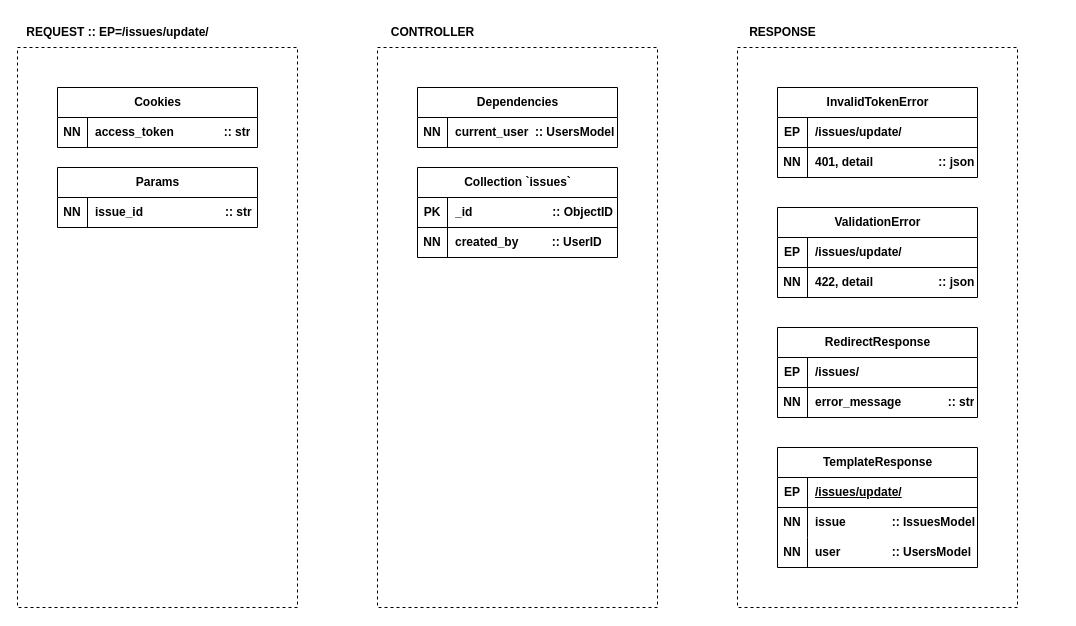
Earlier version of the draw.io diagram page "/issues/update/get" (3 of 4) of contributors/__docs/Diagram.drawio (ames0k0/Ticket). Source tidied: cells renumbered, new cells numbered last; positions are measured from the earlier drawing's top-left corner, leaving out a move shared by most shapes. Both pictures are drawn from the tidied source at 100%, with x=0, y=0 at pixel (17, 17).
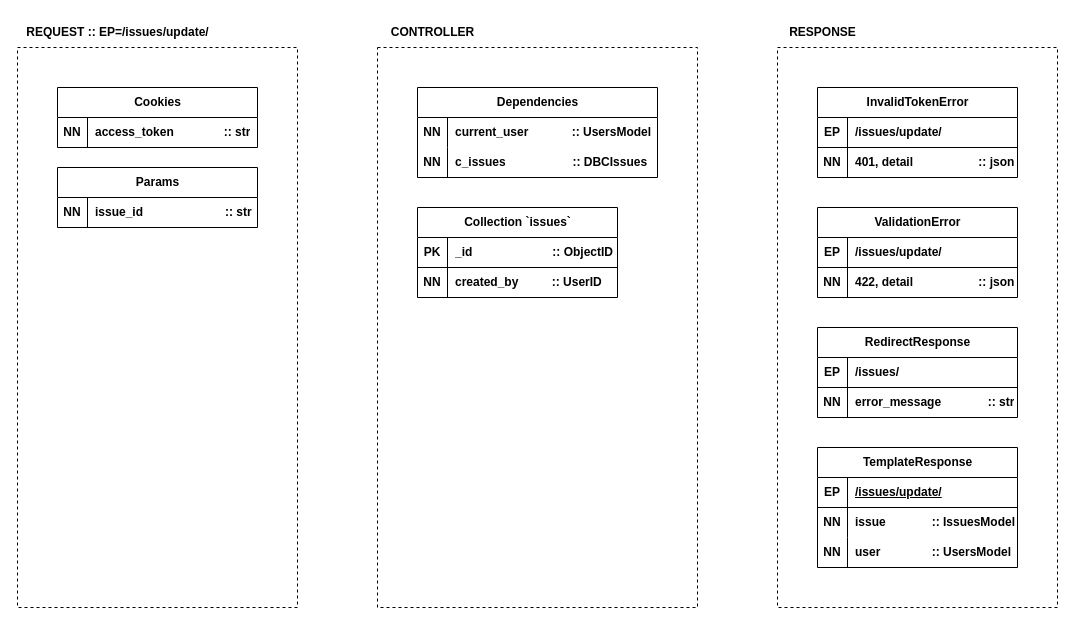
The same diagram, later.

Commit message (it also covers changes not shown here):
[ticket] Contributors: Issues::Update::GET

The edit, as a diff of the source:
```diff
@@
     <mxCell id="6" value="Collection `issues`" style="shape=table;startSize=30;childLayout=tableLayout;rowLines=0;fontStyle=1;align=center;html=1;" parent="1" vertex="1">
-      <mxGeometry x="400" y="150" width="200" height="90" as="geometry" />
+      <mxGeometry x="400" y="190" width="200" height="90" as="geometry" />
     </mxCell>
@@
     <mxCell id="13" value="RedirectResponse" style="shape=table;startSize=30;childLayout=tableLayout;rowLines=0;fontStyle=1;align=center;html=1;" parent="1" vertex="1">
-      <mxGeometry x="760" y="310" width="200" height="90" as="geometry" />
+      <mxGeometry x="800" y="310" width="200" height="90" as="geometry" />
     </mxCell>
@@
     <mxCell id="20" value="TemplateResponse" style="shape=table;startSize=30;childLayout=tableLayout;rowLines=0;fontStyle=1;align=center;html=1;" parent="1" vertex="1">
-      <mxGeometry x="760" y="430" width="200" height="120" as="geometry" />
+      <mxGeometry x="800" y="430" width="200" height="120" as="geometry" />
     </mxCell>
@@
     <mxCell id="31" style="endArrow=none;dashed=1;html=1;rounded=0;" parent="1" edge="1">
       <mxGeometry relative="1" as="geometry">
         <mxPoint x="360" y="30" as="sourcePoint" />
         <mxPoint x="360" y="30" as="targetPoint" />
         <Array as="points">
-          <mxPoint x="640" y="30" />
-          <mxPoint x="640" y="590" />
+          <mxPoint x="680" y="30" />
+          <mxPoint x="680" y="590" />
           <mxPoint x="360" y="590" />
         </Array>
       </mxGeometry>
     </mxCell>
@@
     <mxCell id="34" style="endArrow=none;dashed=1;html=1;rounded=0;" parent="1" edge="1">
       <mxGeometry relative="1" as="geometry">
-        <mxPoint x="720" y="30" as="sourcePoint" />
-        <mxPoint x="720" y="30" as="targetPoint" />
+        <mxPoint x="760" y="30" as="sourcePoint" />
+        <mxPoint x="760" y="30" as="targetPoint" />
         <Array as="points">
-          <mxPoint x="1000" y="30" />
-          <mxPoint x="1000" y="590" />
-          <mxPoint x="720" y="590" />
+          <mxPoint x="1040" y="30" />
+          <mxPoint x="1040" y="590" />
+          <mxPoint x="760" y="590" />
         </Array>
       </mxGeometry>
     </mxCell>
     <mxCell id="35" value="&lt;span style=&quot;&quot;&gt;&lt;b&gt;RESPONSE&lt;/b&gt;&lt;/span&gt;" style="text;html=1;align=center;verticalAlign=middle;strokeColor=none;fillColor=none;fontStyle=0;" parent="1" vertex="1">
-      <mxGeometry x="720" width="90" height="30" as="geometry" />
+      <mxGeometry x="760" width="90" height="30" as="geometry" />
     </mxCell>
@@
-    <mxCell id="40" value="Dependencies" style="shape=table;startSize=30;childLayout=tableLayout;rowLines=0;fontStyle=1;align=center;html=1;" parent="1" vertex="1">
-      <mxGeometry x="400" y="70" width="200" height="60" as="geometry" />
-    </mxCell>
-    <mxCell id="41" style="shape=tableRow;horizontal=0;startSize=0;swimlaneHead=0;swimlaneBody=0;fillColor=none;top=0;left=0;right=0;bottom=0;" parent="40" vertex="1">
-      <mxGeometry y="30" width="200" height="30" as="geometry" />
-    </mxCell>
-    <mxCell id="42" value="&lt;b&gt;NN&lt;/b&gt;" style="shape=partialRectangle;fillColor=none;top=0;left=0;bottom=0;right=0;overflow=hidden;whiteSpace=wrap;html=1;" parent="41" vertex="1">
-      <mxGeometry width="30" height="30" as="geometry" />
-    </mxCell>
-    <mxCell id="43" value="current_user&amp;nbsp; :: UsersModel" style="shape=partialRectangle;fillColor=none;top=0;left=0;bottom=0;right=0;align=left;spacingLeft=6;overflow=hidden;whiteSpace=wrap;html=1;fontStyle=1;" parent="41" vertex="1">
-      <mxGeometry x="30" width="170" height="30" as="geometry" />
-    </mxCell>
     <mxCell id="44" value="InvalidTokenError" style="shape=table;startSize=30;childLayout=tableLayout;rowLines=0;fontStyle=1;align=center;html=1;" parent="1" vertex="1">
-      <mxGeometry x="760" y="70" width="200" height="90" as="geometry" />
+      <mxGeometry x="800" y="70" width="200" height="90" as="geometry" />
     </mxCell>
@@
     <mxCell id="51" value="ValidationError" style="shape=table;startSize=30;childLayout=tableLayout;rowLines=0;fontStyle=1;align=center;html=1;" parent="1" vertex="1">
-      <mxGeometry x="760" y="190" width="200" height="90" as="geometry" />
+      <mxGeometry x="800" y="190" width="200" height="90" as="geometry" />
     </mxCell>
@@
+    <mxCell id="40" value="Dependencies" style="shape=table;startSize=30;childLayout=tableLayout;rowLines=0;fontStyle=1;align=center;html=1;" parent="1" vertex="1">
+      <mxGeometry x="400" y="70" width="240" height="90" as="geometry" />
+    </mxCell>
+    <mxCell id="58" style="shape=tableRow;horizontal=0;startSize=0;swimlaneHead=0;swimlaneBody=0;fillColor=none;top=0;left=0;right=0;bottom=0;" parent="40" vertex="1">
+      <mxGeometry y="30" width="240" height="30" as="geometry" />
+    </mxCell>
+    <mxCell id="59" value="&lt;b&gt;NN&lt;/b&gt;" style="shape=partialRectangle;fillColor=none;top=0;left=0;bottom=0;right=0;overflow=hidden;whiteSpace=wrap;html=1;" parent="58" vertex="1">
+      <mxGeometry width="30" height="30" as="geometry" />
+    </mxCell>
+    <mxCell id="43" value="current_user&amp;nbsp; &amp;nbsp; &amp;nbsp; &amp;nbsp; &amp;nbsp; &amp;nbsp; &amp;nbsp;:: UsersModel" style="shape=partialRectangle;fillColor=none;top=0;left=0;bottom=0;right=0;align=left;spacingLeft=6;overflow=hidden;whiteSpace=wrap;html=1;fontStyle=1;" parent="58" vertex="1">
+      <mxGeometry x="30" width="210" height="30" as="geometry" />
+    </mxCell>
+    <mxCell id="60" style="shape=tableRow;horizontal=0;startSize=0;swimlaneHead=0;swimlaneBody=0;fillColor=none;top=0;left=0;right=0;bottom=0;" parent="40" vertex="1">
+      <mxGeometry y="60" width="240" height="30" as="geometry" />
+    </mxCell>
+    <mxCell id="61" value="&lt;b&gt;NN&lt;/b&gt;" style="shape=partialRectangle;fillColor=none;top=0;left=0;bottom=0;right=0;overflow=hidden;whiteSpace=wrap;html=1;" parent="60" vertex="1">
+      <mxGeometry width="30" height="30" as="geometry" />
+    </mxCell>
+    <mxCell id="62" value="c_issues&amp;nbsp; &amp;nbsp; &amp;nbsp; &amp;nbsp; &amp;nbsp; &amp;nbsp; &amp;nbsp; &amp;nbsp; &amp;nbsp; &amp;nbsp; :: DBCIssues" style="shape=partialRectangle;fillColor=none;top=0;left=0;bottom=0;right=0;align=left;spacingLeft=6;overflow=hidden;whiteSpace=wrap;html=1;fontStyle=1;" parent="60" vertex="1">
+      <mxGeometry x="30" width="210" height="30" as="geometry" />
+    </mxCell>
```
